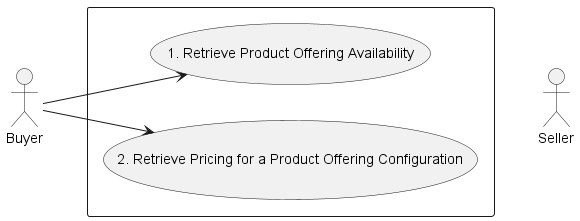
Before: documentation/productApi/availabilityAndPricingDiscovery/media/useCases.png, a diagram exported from PlantUML (MEF-GIT/MEF-LSO-Sonata-SDK). The source it was exported from:
```plantuml
@startuml

actor Seller

left to right direction
actor Buyer

rectangle {

Seller -[hidden]up-> (2. Retrieve Pricing for a Product Offering Configuration)
Seller -[hidden]up-> (1. Retrieve Product Offering Availability)

Buyer --> (1. Retrieve Product Offering Availability)
Buyer --> (2. Retrieve Pricing for a Product Offering Configuration)
}

@enduml
```
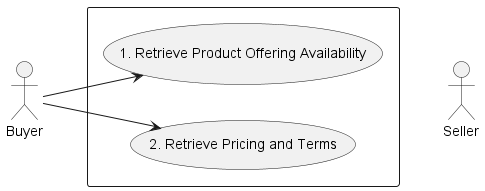
Above is the later version.

Diff of the diagram source:
```diff
@@ -7,11 +7,11 @@
 
 rectangle {
 
-Seller -[hidden]up-> (2. Retrieve Pricing for a Product Offering Configuration)
+Seller -[hidden]up-> (2. Retrieve Pricing and Terms)
 Seller -[hidden]up-> (1. Retrieve Product Offering Availability)
 
 Buyer --> (1. Retrieve Product Offering Availability)
-Buyer --> (2. Retrieve Pricing for a Product Offering Configuration)
+Buyer --> (2. Retrieve Pricing and Terms)
 }
 
 @enduml
```
